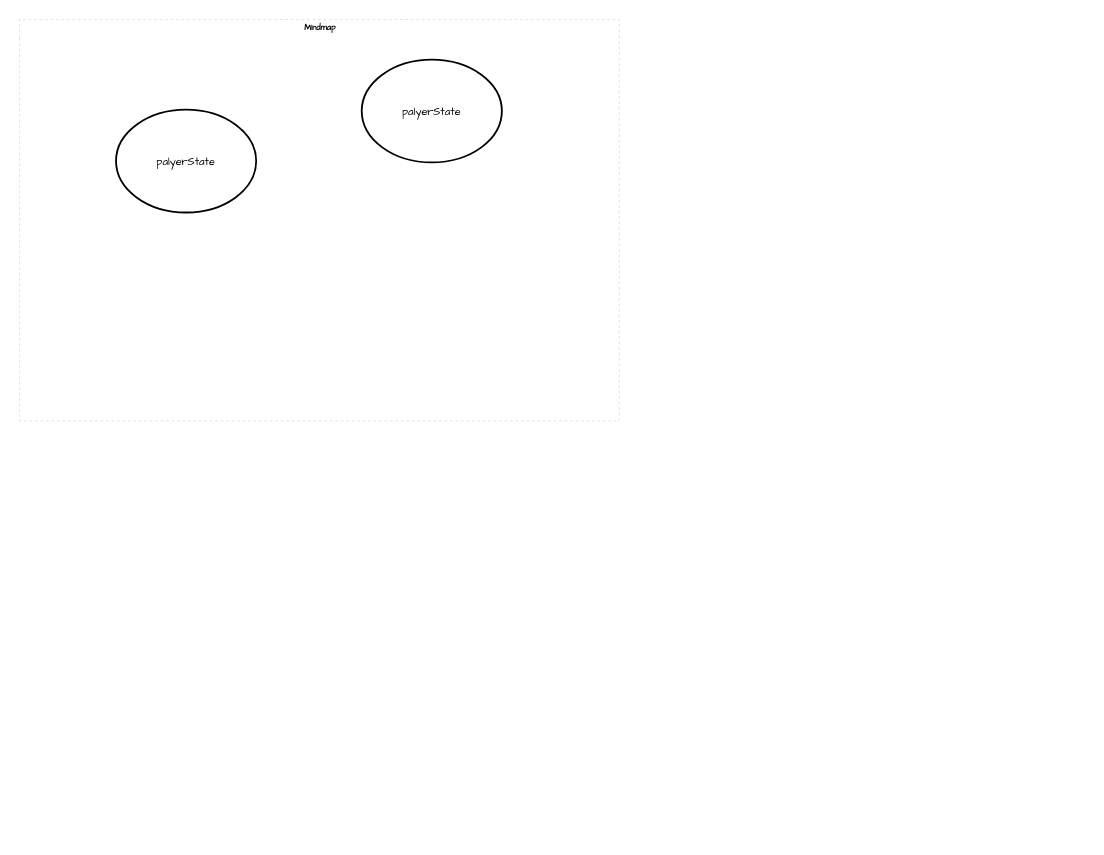
Selentia1/2D-RPG-GAME keeps this draw.io diagram as PlayerState.drawio. Above is the earlier version. Source tidied: cells renumbered, new cells numbered last; positions are measured from the earlier drawing's top-left corner, leaving out a move shared by most shapes. Both pictures are drawn from the tidied source at 91%, with x=0, y=0 at pixel (19, 19).
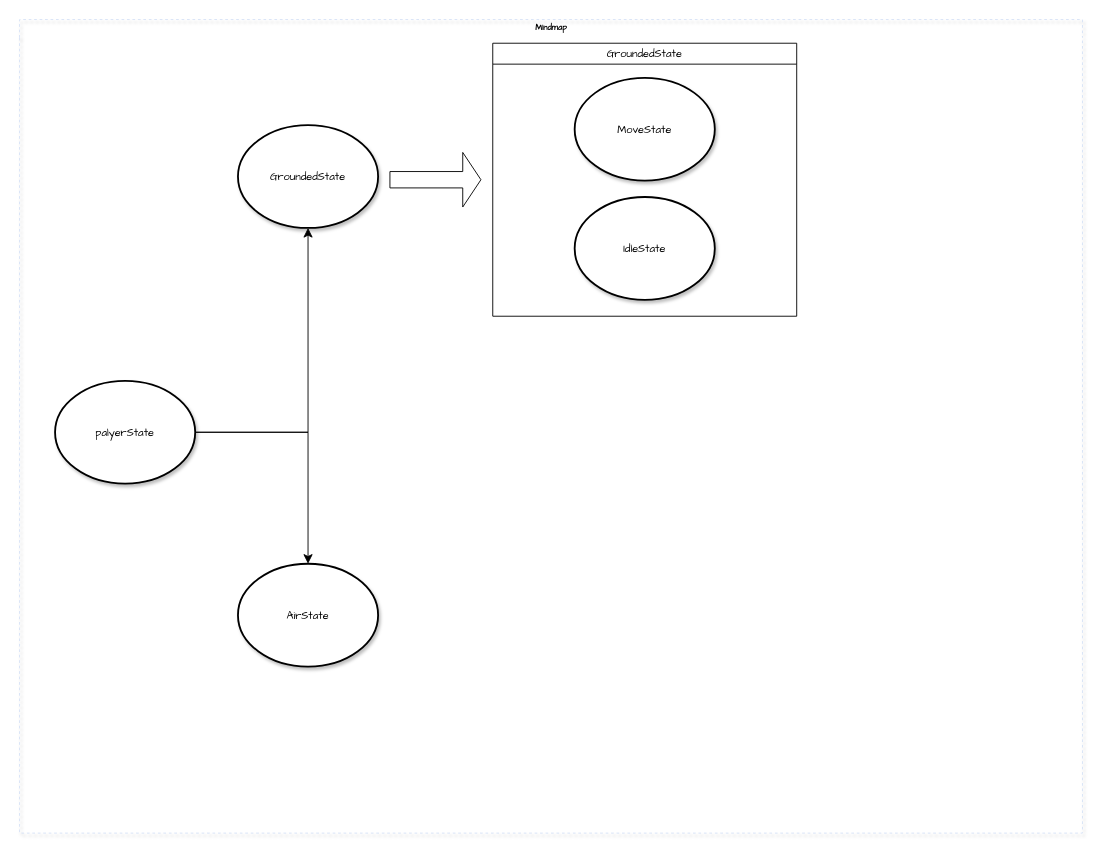
After the change.

The edit, as a diff of the source:
```diff
@@
 <mxGraphModel>
   <root>
     <mxCell id="0" />
     <mxCell id="1" parent="0" />
-    <mxCell id="2" value="Mindmap" style="swimlane;html=1;startSize=20;horizontal=1;containerType=tree;labelBackgroundColor=none;strokeColor=#D4E1F5;strokeWidth=1;fillColor=none;fontFamily=Comic Sans MS;fontSize=9;swimlaneLine=0;dashed=1;" parent="1" vertex="1">
-      <mxGeometry width="659" height="441" as="geometry" />
+    <mxCell id="2" value="Mindmap" style="swimlane;html=1;startSize=20;horizontal=1;containerType=tree;labelBackgroundColor=none;strokeColor=#D4E1F5;strokeWidth=1;fillColor=none;fontFamily=Comic Sans MS;fontSize=9;swimlaneLine=0;dashed=1;shadow=1;" parent="1" vertex="1">
+      <mxGeometry width="1168" height="894" as="geometry" />
     </mxCell>
-    <mxCell id="3" value="&lt;font face=&quot;Comic Sans MS&quot;&gt;palyerState&lt;/font&gt;" style="ellipse;whiteSpace=wrap;html=1;align=center;strokeWidth=2;" parent="2" vertex="1">
-      <mxGeometry x="106" y="99" width="154" height="113" as="geometry" />
+    <mxCell id="3" value="&lt;font face=&quot;Comic Sans MS&quot;&gt;palyerState&lt;/font&gt;" style="ellipse;whiteSpace=wrap;html=1;align=center;strokeWidth=2;shadow=1;" parent="2" vertex="1">
+      <mxGeometry x="39" y="397" width="154" height="113" as="geometry" />
     </mxCell>
-    <mxCell id="4" value="&lt;font face=&quot;Comic Sans MS&quot;&gt;palyerState&lt;/font&gt;" style="ellipse;whiteSpace=wrap;html=1;align=center;strokeWidth=2;" parent="2" vertex="1">
-      <mxGeometry x="376" y="44" width="154" height="113" as="geometry" />
+    <mxCell id="4" value="&lt;font face=&quot;Comic Sans MS&quot;&gt;GroundedState&lt;/font&gt;" style="ellipse;whiteSpace=wrap;html=1;align=center;strokeWidth=2;shadow=1;" parent="2" vertex="1">
+      <mxGeometry x="240" y="116" width="154" height="113" as="geometry" />
     </mxCell>
+    <mxCell id="5" value="&lt;font face=&quot;Comic Sans MS&quot;&gt;AirState&lt;/font&gt;" style="ellipse;whiteSpace=wrap;html=1;align=center;strokeWidth=2;shadow=1;" parent="2" vertex="1">
+      <mxGeometry x="240" y="598" width="154" height="113" as="geometry" />
+    </mxCell>
+    <mxCell id="6" style="edgeStyle=segmentEdgeStyle;endArrow=classic;html=1;curved=0;rounded=0;endSize=8;startSize=8;entryX=0.5;entryY=1;entryDx=0;entryDy=0;exitX=1;exitY=0.5;exitDx=0;exitDy=0;" parent="2" edge="1" source="3" target="4">
+      <mxGeometry relative="1" as="geometry" />
+    </mxCell>
+    <mxCell id="7" style="edgeStyle=segmentEdgeStyle;endArrow=classic;html=1;curved=0;rounded=0;endSize=8;startSize=8;exitX=1;exitY=0.5;exitDx=0;exitDy=0;entryX=0.5;entryY=0;entryDx=0;entryDy=0;" parent="2" edge="1" source="3" target="5">
+      <mxGeometry relative="1" as="geometry" />
+    </mxCell>
+    <mxCell id="8" value="&lt;span style=&quot;font-family: &amp;quot;Comic Sans MS&amp;quot;; font-weight: 400;&quot;&gt;GroundedState&lt;/span&gt;" style="swimlane;whiteSpace=wrap;html=1;" parent="2" vertex="1">
+      <mxGeometry x="520" y="26" width="334" height="300" as="geometry" />
+    </mxCell>
+    <mxCell id="9" value="&lt;font face=&quot;Comic Sans MS&quot;&gt;IdleState&lt;/font&gt;" style="ellipse;whiteSpace=wrap;html=1;align=center;strokeWidth=2;shadow=1;" parent="8" vertex="1">
+      <mxGeometry x="90" y="169" width="154" height="113" as="geometry" />
+    </mxCell>
+    <mxCell id="10" value="&lt;font face=&quot;Comic Sans MS&quot;&gt;MoveState&lt;/font&gt;" style="ellipse;whiteSpace=wrap;html=1;align=center;strokeWidth=2;shadow=1;" parent="2" vertex="1">
+      <mxGeometry x="610" y="64" width="154" height="113" as="geometry" />
+    </mxCell>
+    <mxCell id="11" style="shape=singleArrow;whiteSpace=wrap;html=1;" parent="2" vertex="1">
+      <mxGeometry x="407" y="146" width="100" height="60" as="geometry" />
+    </mxCell>
   </root>
 </mxGraphModel>
```
